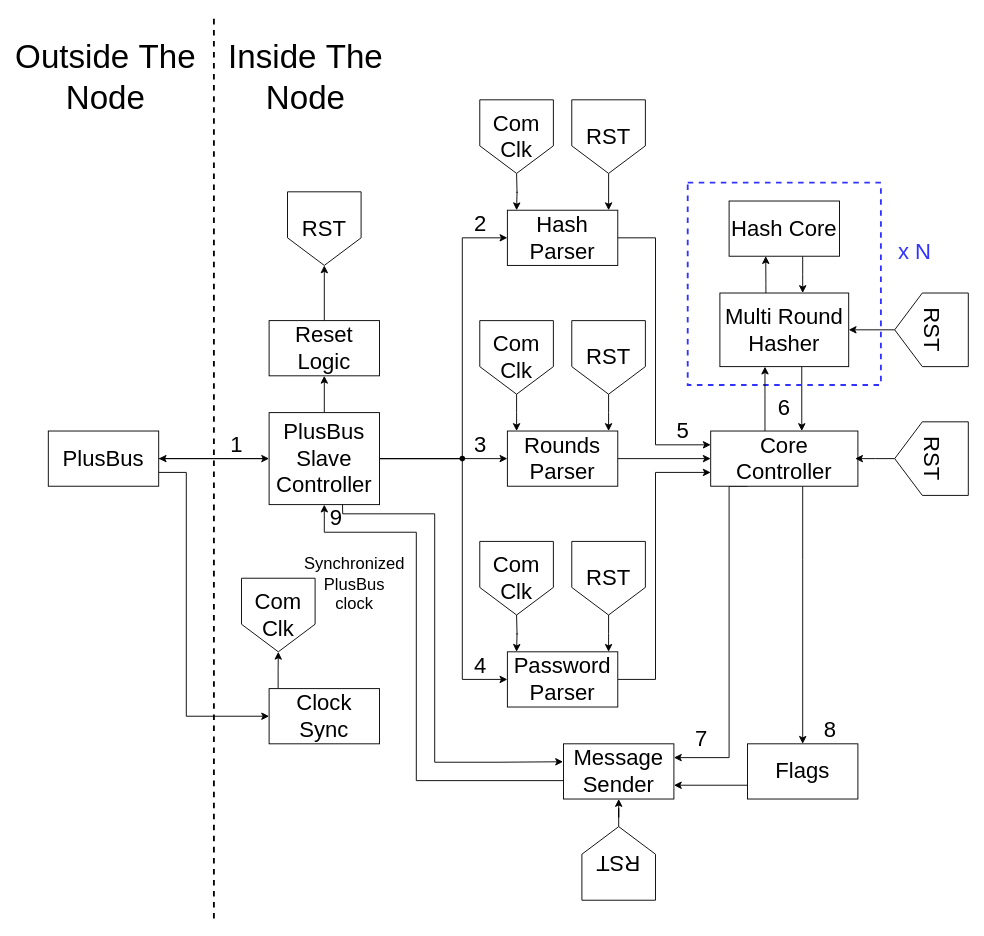
The draw.io diagram figures/prototype/node_structure/node_structure.drawio in Niclasapdk/ESD3_project, before the edit. Source tidied: cells renumbered, new cells numbered last; positions are measured from the earlier drawing's top-left corner, leaving out a move shared by most shapes. Both pictures are drawn from the tidied source at 92%, with x=0, y=0 at pixel (29, 17).
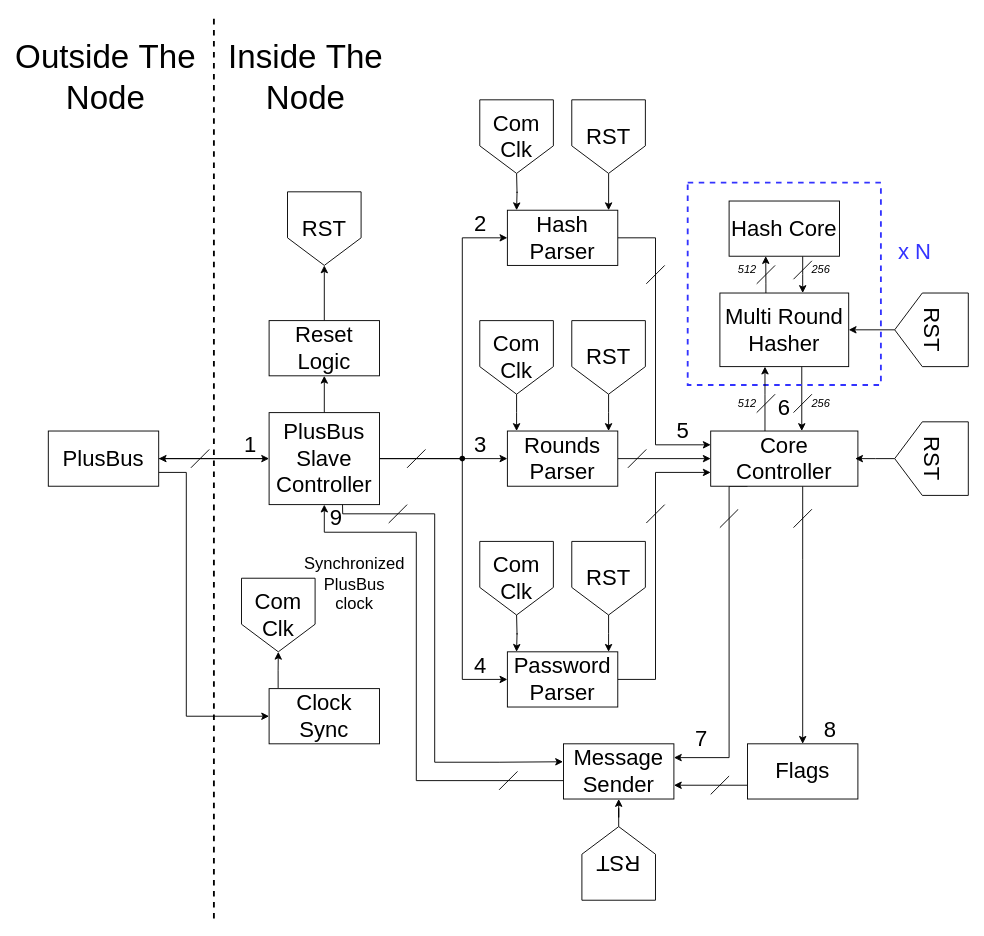
After the change.

Commit message:
Add bus symbols to figure

The change refers to these unchanged cells:
```xml
<mxCell id="12" value="&lt;font style=&quot;font-size: 24px;&quot;&gt;PlusBus Slave Controller&lt;br&gt;&lt;/font&gt;" style="rounded=0;html=1;whiteSpace=wrap;" parent="1" vertex="1">
  <mxGeometry x="260" y="430" width="120" height="100" as="geometry" />
</mxCell>
<mxCell id="22" value="&lt;font style=&quot;font-size: 24px;&quot;&gt;Password Parser&lt;br&gt;&lt;/font&gt;" style="rounded=0;html=1;fontSize=16;whiteSpace=wrap;" parent="1" vertex="1">
  <mxGeometry x="519" y="690" width="120" height="60" as="geometry" />
</mxCell>
<mxCell id="62" style="shape=waypoint;sketch=0;fillStyle=solid;size=6;points=[];fillColor=none;perimeter=centerPerimeter;snapToPoint=1;" parent="1" vertex="1">
  <mxGeometry x="460" y="470" width="20" height="20" as="geometry" />
</mxCell>
```

The edit, as a diff of the source:
```diff
@@
-    <mxCell id="11" style="edgeStyle=orthogonalEdgeStyle;rounded=0;jettySize=auto;html=1;entryX=0;entryY=0.5;entryDx=0;entryDy=0;" parent="1" edge="1" source="12" target="22">
+    <mxCell id="11" style="edgeStyle=orthogonalEdgeStyle;rounded=0;jettySize=auto;html=1;entryX=0;entryY=0.5;entryDx=0;entryDy=0;exitX=0.344;exitY=0.645;exitDx=0;exitDy=0;exitPerimeter=0;" parent="1" edge="1" source="62" target="22">
       <mxGeometry relative="1" as="geometry">
         <Array as="points">
-          <mxPoint x="470" y="480" />
           <mxPoint x="470" y="720" />
         </Array>
       </mxGeometry>
     </mxCell>
@@
     <mxCell id="53" value="&lt;font style=&quot;font-size: 24px;&quot;&gt;1&lt;/font&gt;" style="text;html=1;strokeColor=none;fillColor=none;align=center;verticalAlign=middle;rounded=0;whiteSpace=wrap;" parent="1" vertex="1">
-      <mxGeometry x="195" y="450" width="60" height="30" as="geometry" />
+      <mxGeometry x="210" y="450" width="60" height="30" as="geometry" />
     </mxCell>
@@
+    <mxCell id="71" style="endArrow=none;html=1;rounded=0;" parent="1" edge="1">
+      <mxGeometry relative="1" as="geometry">
+        <mxPoint x="175" y="490" as="sourcePoint" />
+        <mxPoint x="195" y="470" as="targetPoint" />
+      </mxGeometry>
+    </mxCell>
+    <mxCell id="72" style="endArrow=none;html=1;rounded=0;" parent="1" edge="1">
+      <mxGeometry relative="1" as="geometry">
+        <mxPoint x="410" y="490" as="sourcePoint" />
+        <mxPoint x="430" y="470" as="targetPoint" />
+      </mxGeometry>
+    </mxCell>
+    <mxCell id="73" style="endArrow=none;html=1;rounded=0;" parent="1" edge="1">
+      <mxGeometry relative="1" as="geometry">
+        <mxPoint x="670" y="290" as="sourcePoint" />
+        <mxPoint x="690" y="270" as="targetPoint" />
+      </mxGeometry>
+    </mxCell>
+    <mxCell id="74" style="endArrow=none;html=1;rounded=0;" parent="1" edge="1">
+      <mxGeometry relative="1" as="geometry">
+        <mxPoint x="670" y="550" as="sourcePoint" />
+        <mxPoint x="690" y="530" as="targetPoint" />
+      </mxGeometry>
+    </mxCell>
+    <mxCell id="75" style="endArrow=none;html=1;rounded=0;" parent="1" edge="1">
+      <mxGeometry relative="1" as="geometry">
+        <mxPoint x="650" y="490" as="sourcePoint" />
+        <mxPoint x="670" y="470" as="targetPoint" />
+      </mxGeometry>
+    </mxCell>
+    <mxCell id="76" style="endArrow=none;html=1;rounded=0;" parent="1" edge="1">
+      <mxGeometry relative="1" as="geometry">
+        <mxPoint x="750" y="555" as="sourcePoint" />
+        <mxPoint x="770" y="535" as="targetPoint" />
+      </mxGeometry>
+    </mxCell>
+    <mxCell id="77" style="endArrow=none;html=1;rounded=0;" parent="1" edge="1">
+      <mxGeometry relative="1" as="geometry">
+        <mxPoint x="830" y="555" as="sourcePoint" />
+        <mxPoint x="850" y="535" as="targetPoint" />
+      </mxGeometry>
+    </mxCell>
+    <mxCell id="78" style="endArrow=none;html=1;rounded=0;" parent="1" edge="1">
+      <mxGeometry relative="1" as="geometry">
+        <mxPoint x="740" y="845" as="sourcePoint" />
+        <mxPoint x="760" y="825" as="targetPoint" />
+      </mxGeometry>
+    </mxCell>
+    <mxCell id="79" style="endArrow=none;html=1;rounded=0;" parent="1" edge="1">
+      <mxGeometry relative="1" as="geometry">
+        <mxPoint x="510" y="840" as="sourcePoint" />
+        <mxPoint x="530" y="820" as="targetPoint" />
+      </mxGeometry>
+    </mxCell>
+    <mxCell id="80" style="endArrow=none;html=1;rounded=0;" parent="1" edge="1">
+      <mxGeometry relative="1" as="geometry">
+        <mxPoint x="390" y="550" as="sourcePoint" />
+        <mxPoint x="410" y="530" as="targetPoint" />
+      </mxGeometry>
+    </mxCell>
+    <mxCell id="81" style="endArrow=none;html=1;rounded=0;" parent="1" edge="1">
+      <mxGeometry relative="1" as="geometry">
+        <mxPoint x="790" y="430" as="sourcePoint" />
+        <mxPoint x="810" y="410" as="targetPoint" />
+      </mxGeometry>
+    </mxCell>
+    <mxCell id="82" style="endArrow=none;html=1;rounded=0;" parent="1" edge="1">
+      <mxGeometry relative="1" as="geometry">
+        <mxPoint x="830" y="430" as="sourcePoint" />
+        <mxPoint x="850" y="410" as="targetPoint" />
+      </mxGeometry>
+    </mxCell>
+    <mxCell id="83" value="&lt;i&gt;256&lt;/i&gt;" style="text;html=1;strokeColor=none;fillColor=none;align=center;verticalAlign=middle;whiteSpace=wrap;rounded=0;" parent="1" vertex="1">
+      <mxGeometry x="830" y="405" width="60" height="30" as="geometry" />
+    </mxCell>
+    <mxCell id="84" value="&lt;i&gt;512&lt;/i&gt;" style="text;html=1;strokeColor=none;fillColor=none;align=center;verticalAlign=middle;whiteSpace=wrap;rounded=0;" parent="1" vertex="1">
+      <mxGeometry x="750" y="405" width="60" height="30" as="geometry" />
+    </mxCell>
+    <mxCell id="85" value="&lt;i&gt;512&lt;/i&gt;" style="text;html=1;strokeColor=none;fillColor=none;align=center;verticalAlign=middle;whiteSpace=wrap;rounded=0;" parent="1" vertex="1">
+      <mxGeometry x="750" y="260" width="60" height="30" as="geometry" />
+    </mxCell>
+    <mxCell id="86" value="&lt;i&gt;256&lt;/i&gt;" style="text;html=1;strokeColor=none;fillColor=none;align=center;verticalAlign=middle;whiteSpace=wrap;rounded=0;" parent="1" vertex="1">
+      <mxGeometry x="830" y="260" width="60" height="30" as="geometry" />
+    </mxCell>
+    <mxCell id="87" style="endArrow=none;html=1;rounded=0;" parent="1" edge="1">
+      <mxGeometry relative="1" as="geometry">
+        <mxPoint x="850" y="265" as="sourcePoint" />
+        <mxPoint x="830" y="285" as="targetPoint" />
+      </mxGeometry>
+    </mxCell>
+    <mxCell id="88" style="endArrow=none;html=1;rounded=0;" parent="1" edge="1">
+      <mxGeometry relative="1" as="geometry">
+        <mxPoint x="810" y="270" as="sourcePoint" />
+        <mxPoint x="790" y="290" as="targetPoint" />
+      </mxGeometry>
+    </mxCell>
```
